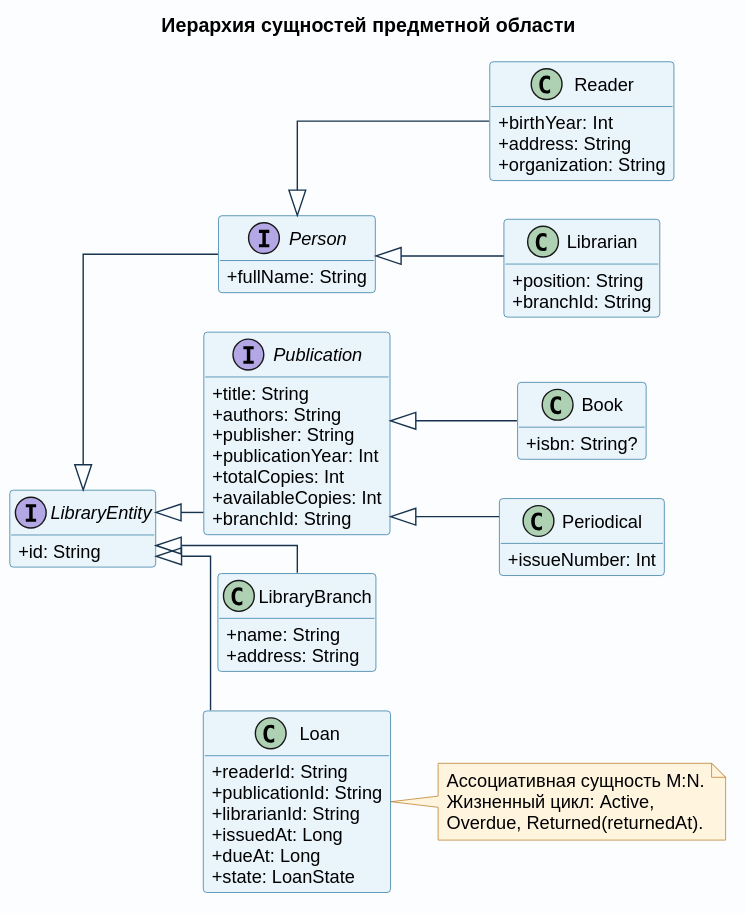
This is docs/images/oop_entities.svg from pank-suai/course-oop-library, a PlantUML export, as it was before one commit. The source it was exported from:
```plantuml
@startuml
left to right direction
skinparam backgroundColor #FBFDFF
skinparam shadowing false
skinparam defaultFontName Arial
skinparam classFontSize 15
skinparam classAttributeFontSize 13
skinparam classAttributeIconSize 0
skinparam packageStyle rectangle
skinparam linetype ortho
skinparam nodesep 28
skinparam ranksep 34
skinparam ArrowColor #17324D
skinparam ClassBorderColor #24739B
skinparam ClassBackgroundColor #E9F4FB
skinparam InterfaceBorderColor #735A9B
skinparam InterfaceBackgroundColor #F0EDFA
skinparam NoteBackgroundColor #FFF5DF
skinparam NoteBorderColor #B87517
hide empty members

title Иерархия сущностей предметной области

interface LibraryEntity {
  +id: String
}
interface Person {
  +fullName: String
}
interface Publication {
  +title: String
  +authors: String
  +publisher: String
  +publicationYear: Int
  +totalCopies: Int
  +availableCopies: Int
  +branchId: String
}
class Reader {
  +birthYear: Int
  +address: String
  +organization: String
}
class Librarian {
  +position: String
  +branchId: String
}
class LibraryBranch {
  +name: String
  +address: String
}
class Book {
  +isbn: String?
}
class Periodical {
  +issueNumber: Int
}
class Loan {
  +readerId: String
  +publicationId: String
  +librarianId: String
  +issuedAt: Long
  +dueAt: Long
  +state: LoanState
}

LibraryEntity <|-- Person
LibraryEntity <|-- Publication
LibraryEntity <|-- LibraryBranch
LibraryEntity <|-- Loan
Person <|-- Reader
Person <|-- Librarian
Publication <|-- Book
Publication <|-- Periodical

note right of Loan
  Ассоциативная сущность M:N.
  Жизненный цикл: Active,
  Overdue, Returned(returnedAt).
end note
@enduml
```
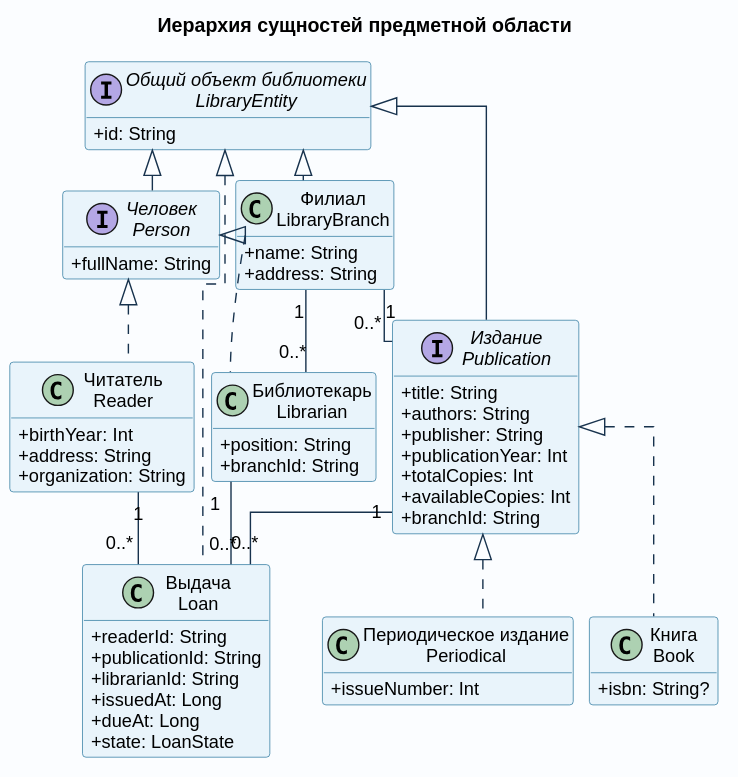
The same file after the commit.

The edit, as a diff of the source:
```diff
@@ -1,5 +1,5 @@
 @startuml
-left to right direction
+top to bottom direction
 skinparam backgroundColor #FBFDFF
 skinparam shadowing false
 skinparam defaultFontName Arial
@@ -8,8 +8,8 @@
 skinparam classAttributeIconSize 0
 skinparam packageStyle rectangle
 skinparam linetype ortho
-skinparam nodesep 28
-skinparam ranksep 34
+skinparam nodesep 12
+skinparam ranksep 22
 skinparam ArrowColor #17324D
 skinparam ClassBorderColor #24739B
 skinparam ClassBackgroundColor #E9F4FB
@@ -21,13 +21,13 @@
 
 title Иерархия сущностей предметной области
 
-interface LibraryEntity {
+interface "Общий объект библиотеки\nLibraryEntity" as LibraryEntity {
   +id: String
 }
-interface Person {
+interface "Человек\nPerson" as Person {
   +fullName: String
 }
-interface Publication {
+interface "Издание\nPublication" as Publication {
   +title: String
   +authors: String
   +publisher: String
@@ -36,26 +36,26 @@
   +availableCopies: Int
   +branchId: String
 }
-class Reader {
+class "Читатель\nReader" as Reader {
   +birthYear: Int
   +address: String
   +organization: String
 }
-class Librarian {
+class "Библиотекарь\nLibrarian" as Librarian {
   +position: String
   +branchId: String
 }
-class LibraryBranch {
+class "Филиал\nLibraryBranch" as LibraryBranch {
   +name: String
   +address: String
 }
-class Book {
+class "Книга\nBook" as Book {
   +isbn: String?
 }
-class Periodical {
+class "Периодическое издание\nPeriodical" as Periodical {
   +issueNumber: Int
 }
-class Loan {
+class "Выдача\nLoan" as Loan {
   +readerId: String
   +publicationId: String
   +librarianId: String
@@ -66,16 +66,16 @@
 
 LibraryEntity <|-- Person
 LibraryEntity <|-- Publication
-LibraryEntity <|-- LibraryBranch
-LibraryEntity <|-- Loan
-Person <|-- Reader
-Person <|-- Librarian
-Publication <|-- Book
-Publication <|-- Periodical
+LibraryEntity <|.. LibraryBranch
+LibraryEntity <|.. Loan
+Person <|.. Reader
+Person <|.. Librarian
+Publication <|.. Book
+Publication <|.. Periodical
 
-note right of Loan
-  Ассоциативная сущность M:N.
-  Жизненный цикл: Active,
-  Overdue, Returned(returnedAt).
-end note
+Reader "1" -- "0..*" Loan
+Publication "1" -- "0..*" Loan
+Librarian "1" -- "0..*" Loan
+LibraryBranch "1" -- "0..*" Librarian
+LibraryBranch "1" -- "0..*" Publication
 @enduml
```
